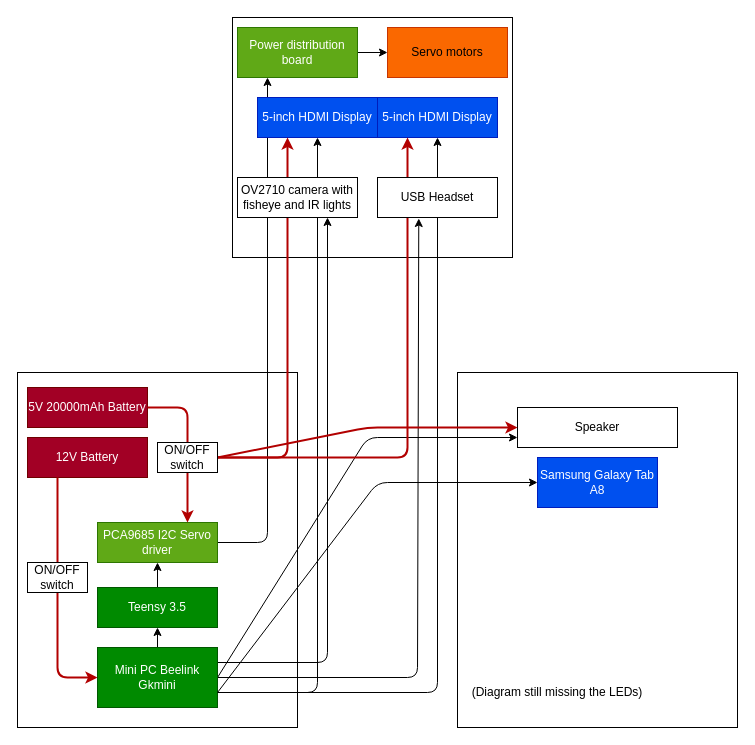
Before: Hardware.drawio in MekhyW/DYNAMO-Electronic_Fursuit-2.0, a draw.io diagram. Source tidied: cells renumbered, new cells numbered last; positions are measured from the earlier drawing's top-left corner, leaving out a move shared by most shapes. Both pictures are drawn from the tidied source at 100%, with x=0, y=0 at pixel (17, 17).
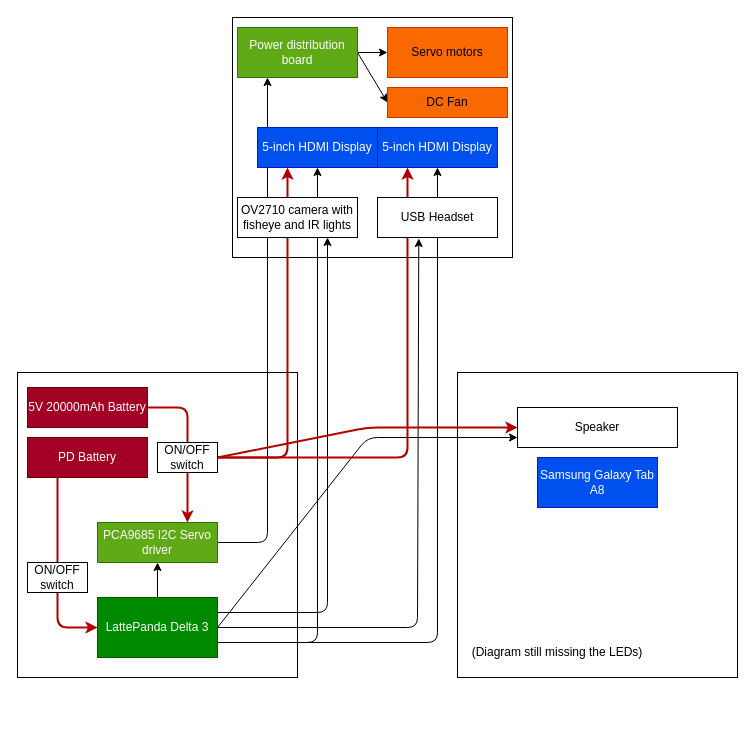
The same page after the edit.

Unchanged cells that the change refers to:
```xml
<mxCell id="4" value="Power distribution board" style="rounded=0;whiteSpace=wrap;html=1;fillColor=#60a917;fontColor=#ffffff;strokeColor=#2D7600;" parent="1" vertex="1">
  <mxGeometry x="220" y="10" width="120" height="50" as="geometry" />
</mxCell>
<mxCell id="22" value="Samsung Galaxy Tab A8" style="rounded=0;whiteSpace=wrap;html=1;fillColor=#0050ef;fontColor=#ffffff;strokeColor=#001DBC;" parent="1" vertex="1">
  <mxGeometry x="520" y="440" width="120" height="50" as="geometry" />
</mxCell>
<mxCell id="25" value="PCA9685 I2C Servo driver" style="rounded=0;whiteSpace=wrap;html=1;fillColor=#60a917;fontColor=#ffffff;strokeColor=#2D7600;" parent="1" vertex="1">
  <mxGeometry x="80" y="505" width="120" height="40" as="geometry" />
</mxCell>
<mxCell id="27" value="ON/OFF switch" style="rounded=0;whiteSpace=wrap;html=1;" parent="1" vertex="1">
  <mxGeometry x="10" y="545" width="60" height="30" as="geometry" />
</mxCell>
```

The edit, as a diff of the source:
```diff
@@
+    <mxCell id="38" style="edgeStyle=none;html=1;exitX=1;exitY=0.5;exitDx=0;exitDy=0;entryX=0;entryY=0.5;entryDx=0;entryDy=0;" parent="1" edge="1" source="4" target="39">
+      <mxGeometry relative="1" as="geometry" />
+    </mxCell>
@@
     <mxCell id="6" value="5-inch HDMI Display" style="rounded=0;whiteSpace=wrap;html=1;fillColor=#0050ef;fontColor=#ffffff;strokeColor=#001DBC;" parent="1" vertex="1">
-      <mxGeometry x="360" y="80" width="120" height="40" as="geometry" />
+      <mxGeometry x="360" y="110" width="120" height="40" as="geometry" />
     </mxCell>
     <mxCell id="7" style="rounded=0;whiteSpace=wrap;html=1;" parent="1" vertex="1">
-      <mxGeometry y="355" width="280" height="355" as="geometry" />
+      <mxGeometry y="355" width="280" height="305" as="geometry" />
     </mxCell>
     <mxCell id="8" style="rounded=0;whiteSpace=wrap;html=1;" parent="1" vertex="1">
-      <mxGeometry x="440" y="355" width="280" height="355" as="geometry" />
+      <mxGeometry x="440" y="355" width="280" height="305" as="geometry" />
     </mxCell>
     <mxCell id="9" style="edgeStyle=none;html=1;exitX=0.5;exitY=1;exitDx=0;exitDy=0;entryX=0;entryY=0.5;entryDx=0;entryDy=0;startArrow=none;fillColor=#e51400;strokeColor=#B20000;strokeWidth=2;" parent="1" edge="1" source="27" target="18">
       <mxGeometry relative="1" as="geometry">
         <Array as="points">
-          <mxPoint x="40" y="660" />
+          <mxPoint x="40" y="610" />
         </Array>
       </mxGeometry>
     </mxCell>
-    <mxCell id="10" value="12V Battery" style="rounded=0;whiteSpace=wrap;html=1;fillColor=#a20025;fontColor=#ffffff;strokeColor=#6F0000;" parent="1" vertex="1">
+    <mxCell id="10" value="PD Battery" style="rounded=0;whiteSpace=wrap;html=1;fillColor=#a20025;fontColor=#ffffff;strokeColor=#6F0000;" parent="1" vertex="1">
       <mxGeometry x="10" y="420" width="120" height="40" as="geometry" />
     </mxCell>
@@
-    <mxCell id="13" style="edgeStyle=none;html=1;exitX=0.5;exitY=0;exitDx=0;exitDy=0;entryX=0.5;entryY=1;entryDx=0;entryDy=0;" parent="1" edge="1" source="18" target="20">
-      <mxGeometry relative="1" as="geometry" />
-    </mxCell>
     <mxCell id="14" style="edgeStyle=none;html=1;exitX=1;exitY=0.75;exitDx=0;exitDy=0;entryX=0.5;entryY=1;entryDx=0;entryDy=0;" parent="1" edge="1" source="18" target="6">
       <mxGeometry relative="1" as="geometry">
         <Array as="points">
-          <mxPoint x="420" y="675" />
+          <mxPoint x="420" y="625" />
         </Array>
       </mxGeometry>
     </mxCell>
     <mxCell id="15" style="edgeStyle=none;html=1;exitX=1;exitY=0.75;exitDx=0;exitDy=0;entryX=0.5;entryY=1;entryDx=0;entryDy=0;" parent="1" edge="1" source="18" target="28">
       <mxGeometry relative="1" as="geometry">
         <Array as="points">
-          <mxPoint x="300" y="675" />
+          <mxPoint x="300" y="625" />
         </Array>
       </mxGeometry>
     </mxCell>
     <mxCell id="16" style="edgeStyle=none;html=1;exitX=1;exitY=0.25;exitDx=0;exitDy=0;entryX=0.75;entryY=1;entryDx=0;entryDy=0;" parent="1" edge="1" source="18" target="37">
       <mxGeometry relative="1" as="geometry">
         <Array as="points">
-          <mxPoint x="310" y="645" />
+          <mxPoint x="310" y="595" />
         </Array>
       </mxGeometry>
     </mxCell>
     <mxCell id="17" style="edgeStyle=none;html=1;exitX=1;exitY=0.5;exitDx=0;exitDy=0;entryX=0.344;entryY=1.025;entryDx=0;entryDy=0;entryPerimeter=0;" parent="1" edge="1" source="18" target="35">
       <mxGeometry relative="1" as="geometry">
         <Array as="points">
-          <mxPoint x="400" y="660" />
+          <mxPoint x="400" y="610" />
         </Array>
       </mxGeometry>
     </mxCell>
-    <mxCell id="18" value="Mini PC Beelink Gkmini" style="rounded=0;whiteSpace=wrap;html=1;fillColor=#008a00;fontColor=#ffffff;strokeColor=#005700;" parent="1" vertex="1">
-      <mxGeometry x="80" y="630" width="120" height="60" as="geometry" />
+    <mxCell id="18" value="LattePanda Delta 3" style="rounded=0;whiteSpace=wrap;html=1;fillColor=#008a00;fontColor=#ffffff;strokeColor=#005700;" parent="1" vertex="1">
+      <mxGeometry x="80" y="580" width="120" height="60" as="geometry" />
     </mxCell>
-    <mxCell id="19" style="edgeStyle=none;html=1;exitX=0.5;exitY=0;exitDx=0;exitDy=0;entryX=0.5;entryY=1;entryDx=0;entryDy=0;" parent="1" edge="1" source="20" target="25">
+    <mxCell id="19" style="edgeStyle=none;html=1;exitX=0.5;exitY=0;exitDx=0;exitDy=0;entryX=0.5;entryY=1;entryDx=0;entryDy=0;" parent="1" edge="1" source="18" target="25">
       <mxGeometry relative="1" as="geometry" />
     </mxCell>
-    <mxCell id="20" value="Teensy 3.5" style="rounded=0;whiteSpace=wrap;html=1;fillColor=#008a00;fontColor=#ffffff;strokeColor=#005700;" parent="1" vertex="1">
-      <mxGeometry x="80" y="570" width="120" height="40" as="geometry" />
-    </mxCell>
@@
-    <mxCell id="23" style="endArrow=classic;html=1;exitX=1;exitY=0.75;exitDx=0;exitDy=0;entryX=0;entryY=0.5;entryDx=0;entryDy=0;" parent="1" edge="1" source="18" target="22">
-      <mxGeometry relative="1" as="geometry">
-        <Array as="points">
-          <mxPoint x="360" y="465" />
-        </Array>
-      </mxGeometry>
-    </mxCell>
@@
     <mxCell id="28" value="5-inch HDMI Display" style="rounded=0;whiteSpace=wrap;html=1;fillColor=#0050ef;fontColor=#ffffff;strokeColor=#001DBC;" parent="1" vertex="1">
-      <mxGeometry x="240" y="80" width="120" height="40" as="geometry" />
+      <mxGeometry x="240" y="110" width="120" height="40" as="geometry" />
     </mxCell>
@@
     <mxCell id="35" value="USB Headset" style="rounded=0;whiteSpace=wrap;html=1;" parent="1" vertex="1">
-      <mxGeometry x="360" y="160" width="120" height="40" as="geometry" />
+      <mxGeometry x="360" y="180" width="120" height="40" as="geometry" />
     </mxCell>
     <mxCell id="36" value="(Diagram still missing the LEDs)" style="text;html=1;strokeColor=none;fillColor=none;align=center;verticalAlign=middle;whiteSpace=wrap;rounded=0;" parent="1" vertex="1">
-      <mxGeometry x="450" y="660" width="180" height="30" as="geometry" />
+      <mxGeometry x="450" y="620" width="180" height="30" as="geometry" />
     </mxCell>
     <mxCell id="37" value="OV2710 camera with fisheye and IR lights" style="rounded=0;whiteSpace=wrap;html=1;" parent="1" vertex="1">
-      <mxGeometry x="220" y="160" width="120" height="40" as="geometry" />
+      <mxGeometry x="220" y="180" width="120" height="40" as="geometry" />
     </mxCell>
+    <mxCell id="39" value="DC Fan" style="rounded=0;whiteSpace=wrap;html=1;fillColor=#fa6800;fontColor=#000000;strokeColor=#C73500;" parent="1" vertex="1">
+      <mxGeometry x="370" y="70" width="120" height="30" as="geometry" />
+    </mxCell>
```
